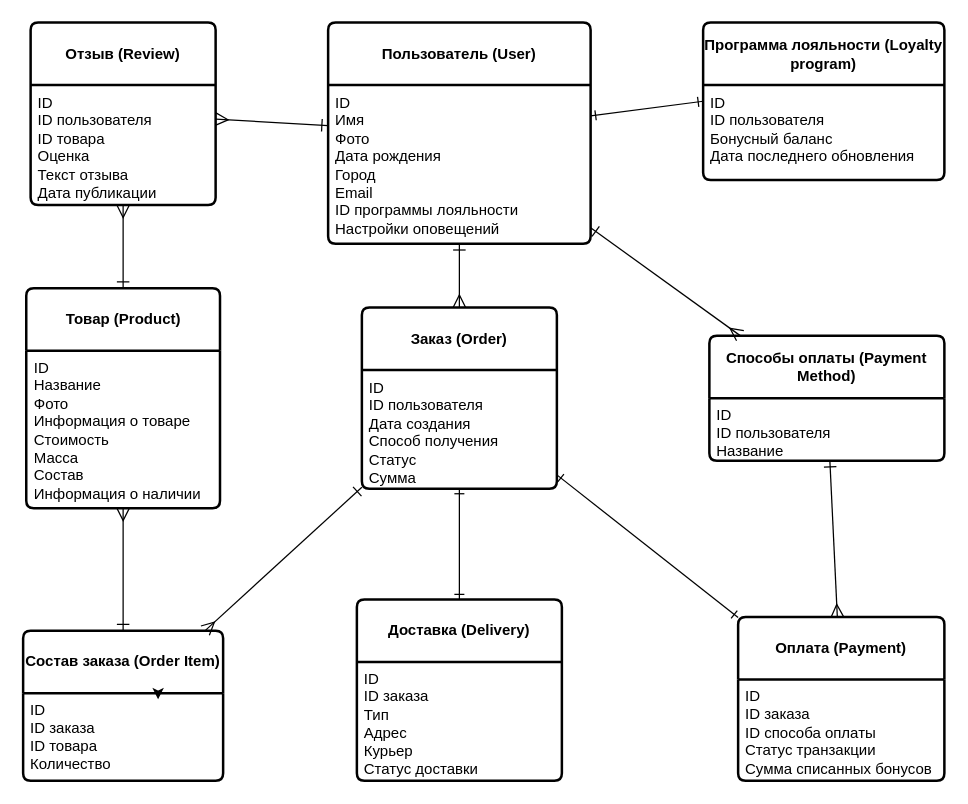
Before: LW1 (ERM).drawio in epolyanskiy/ITMO-DBD, a draw.io diagram. Source tidied: cells renumbered, new cells numbered last; positions are measured from the earlier drawing's top-left corner, leaving out a move shared by most shapes. Both pictures are drawn from the tidied source at 125%, with x=0, y=0 at pixel (22, 21).
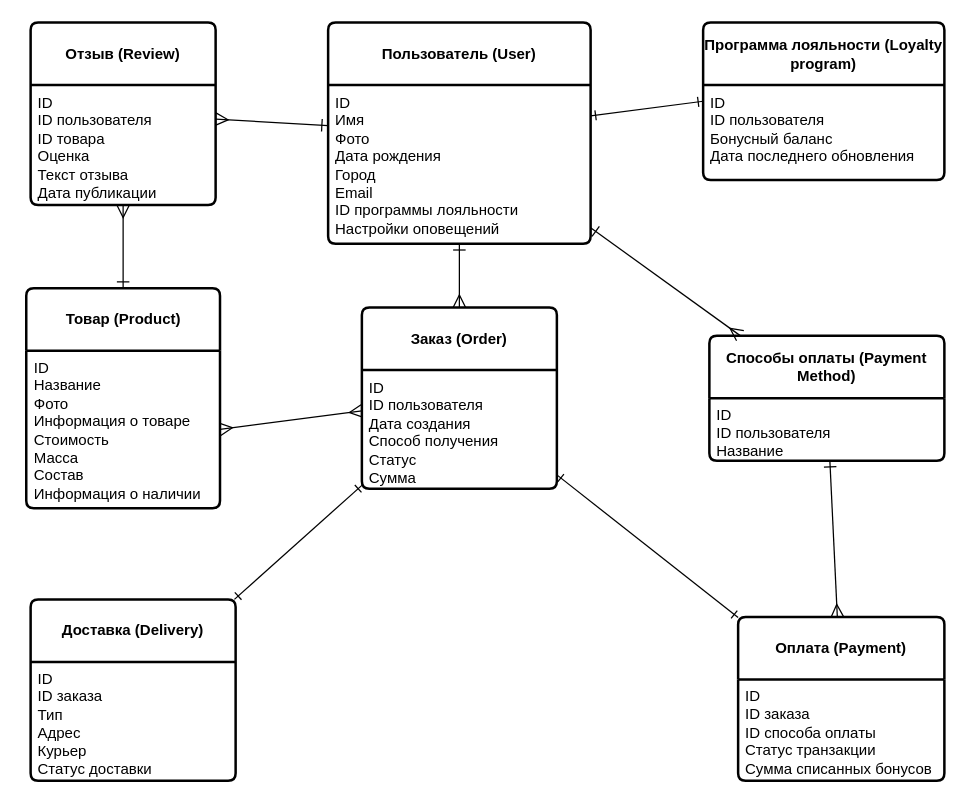
The same page after the edit.

Unchanged cells that the change refers to:
```xml
<mxCell id="8" value="Товар (Product)" style="swimlane;horizontal=1;startSize=50;rounded=1;strokeWidth=2;shadow=0;dashed=0;align=center;arcSize=4;whiteSpace=wrap;html=1;" parent="1" vertex="1">
  <mxGeometry x="2.5" y="213" width="155" height="176" as="geometry" />
</mxCell>
<mxCell id="9" value="ID&lt;br&gt;Название&lt;br&gt;Фото&lt;br&gt;Информация о товаре&lt;br&gt;Стоимость&lt;br&gt;Масса&lt;br&gt;Состав&lt;br&gt;Информация о наличии" style="align=left;strokeColor=none;fillColor=none;spacingLeft=4;verticalAlign=top;html=1;" parent="8" vertex="1">
  <mxGeometry y="50" width="155" height="126" as="geometry" />
</mxCell>
<mxCell id="12" value="Заказ (Order)" style="swimlane;horizontal=1;startSize=50;rounded=1;strokeWidth=2;shadow=0;dashed=0;align=center;arcSize=4;whiteSpace=wrap;html=1;" parent="1" vertex="1">
  <mxGeometry x="271" y="228.5" width="156" height="145" as="geometry" />
</mxCell>
```

What changed in the source:
```diff
@@
-    <mxCell id="14" value="Состав заказа (Order Item)" style="swimlane;horizontal=1;startSize=50;rounded=1;strokeWidth=2;shadow=0;dashed=0;align=center;arcSize=4;whiteSpace=wrap;html=1;" parent="1" vertex="1">
-      <mxGeometry y="487" width="160" height="120" as="geometry" />
-    </mxCell>
-    <mxCell id="15" value="ID&lt;div&gt;ID заказа&lt;/div&gt;&lt;div&gt;ID товара&lt;br&gt;Количество&lt;/div&gt;" style="align=left;strokeColor=none;fillColor=none;spacingLeft=4;verticalAlign=top;html=1;" parent="14" vertex="1">
-      <mxGeometry y="50" width="160" height="70" as="geometry" />
-    </mxCell>
-    <mxCell id="16" style="edgeStyle=orthogonalEdgeStyle;rounded=0;orthogonalLoop=1;jettySize=auto;html=1;exitX=0.5;exitY=0;exitDx=0;exitDy=0;entryX=0.675;entryY=0.07;entryDx=0;entryDy=0;entryPerimeter=0;" parent="14" edge="1" source="15" target="15">
-      <mxGeometry relative="1" as="geometry" />
-    </mxCell>
@@
     <mxCell id="21" value="Доставка (Delivery)" style="swimlane;horizontal=1;startSize=50;rounded=1;strokeWidth=2;shadow=0;dashed=0;align=center;arcSize=4;whiteSpace=wrap;html=1;" parent="1" vertex="1">
-      <mxGeometry x="267" y="462" width="164" height="145" as="geometry" />
+      <mxGeometry x="6" y="462" width="164" height="145" as="geometry" />
     </mxCell>
@@
-    <mxCell id="25" style="edgeStyle=none;curved=1;rounded=0;jettySize=auto;html=1;fontSize=12;startSize=8;endSize=8;startArrow=ERone;startFill=0;endArrow=ERmany;endFill=0;" parent="1" edge="1" source="14" target="8">
-      <mxGeometry relative="1" as="geometry" />
-    </mxCell>
@@
-    <mxCell id="27" style="edgeStyle=none;curved=1;rounded=0;jettySize=auto;html=1;fontSize=12;startSize=8;endSize=8;startArrow=ERone;startFill=0;endArrow=ERmany;endFill=0;" parent="1" edge="1" source="12" target="14">
+    <mxCell id="27" style="edgeStyle=none;curved=1;rounded=0;jettySize=auto;html=1;fontSize=12;startSize=8;endSize=8;startArrow=ERmany;startFill=0;endArrow=ERmany;endFill=0;entryX=1;entryY=0.5;entryDx=0;entryDy=0;" parent="1" edge="1" source="12" target="9">
       <mxGeometry relative="1" as="geometry" />
     </mxCell>
```
